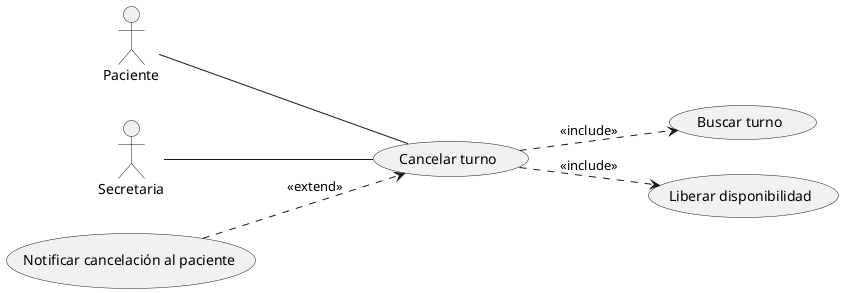
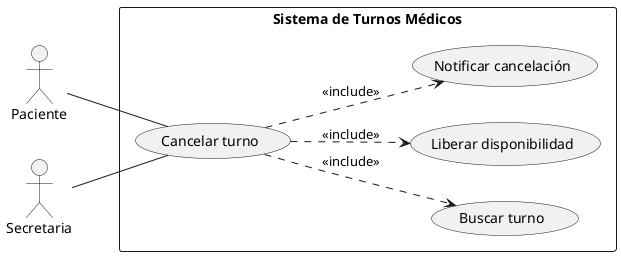
@startuml
left to right direction
+ 
actor Paciente
actor Secretaria

- usecase "Cancelar turno" as UC1
- usecase "Buscar turno" as UC2
- usecase "Liberar disponibilidad" as UC3
- usecase "Notificar cancelación al paciente" as UC4
+ rectangle "Sistema de Turnos Médicos" {
+     usecase "Cancelar turno" as UC1
+     usecase "Buscar turno" as UC2
+     usecase "Liberar disponibilidad" as UC3
+     usecase "Notificar cancelación" as UC4
+ }

Paciente -- UC1
Secretaria -- UC1

UC1 ..> UC2 : <<include>>
UC1 ..> UC3 : <<include>>
- UC4 ..> UC1 : <<extend>>
+ UC1 ..> UC4 : <<include>>
@enduml